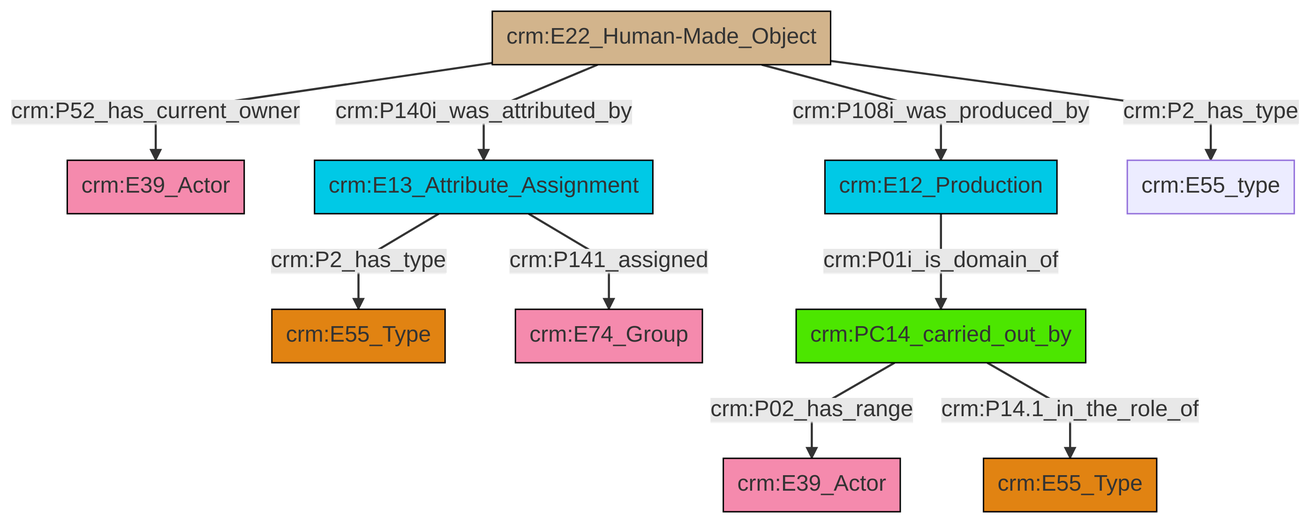
swiss-art-research-net/reference-data-models keeps this Mermaid diagram as et/builtWorkCSV/ttl/mmd/png/Built_Work_actor_relations.png. Above is the earlier version. Its source is kept beside it as et/builtWorkCSV/ttl/mmd/Built_Work_actor_relations.ttl.mmd.
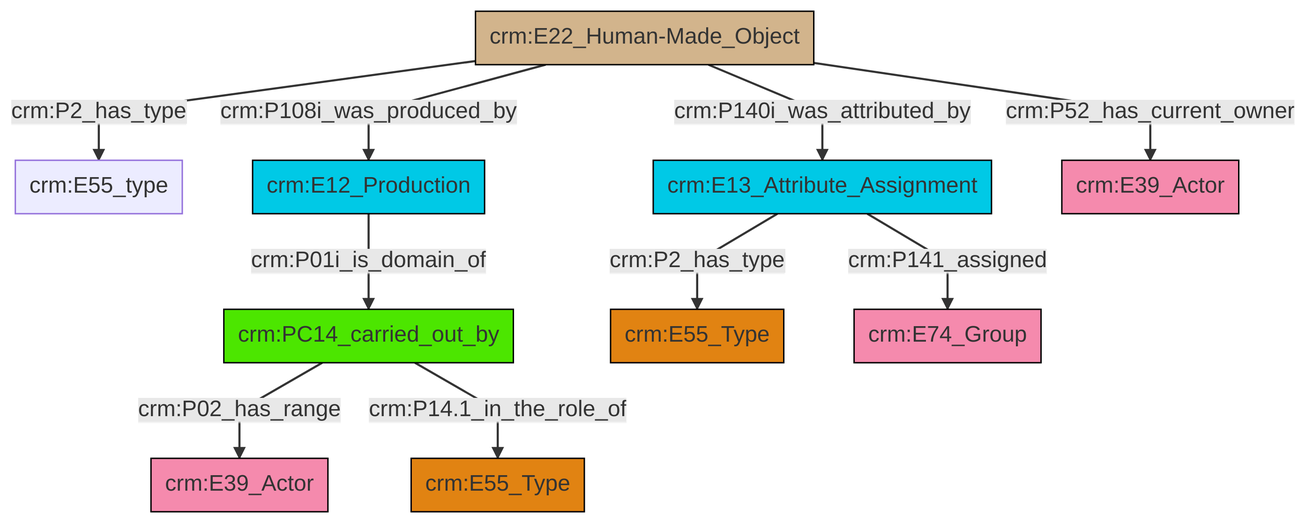
After the commit.

What changed in the source:
```diff
@@ -13,12 +13,12 @@
 classDef PC_Classes fill:#4ce600, stroke:#000000;
 classDef Multi fill:#cccccc,stroke:#000000;
 
-0["crm:E22_Human-Made_Object"]:::Physical_Thing -->|crm:P52_has_current_owner| 1["crm:E39_Actor"]:::Actor
-7["crm:E13_Attribute_Assignment"]:::Temporal_Entity -->|crm:P141_assigned| 9["crm:E74_Group"]:::Actor
-12["crm:PC14_carried_out_by"]:::PC_Classes -->|crm:P02_has_range| 10["crm:E39_Actor"]:::Actor
-12["crm:PC14_carried_out_by"]:::PC_Classes -->|crm:P14.1_in_the_role_of| 4["crm:E55_Type"]:::Type
-14["crm:E12_Production"]:::Temporal_Entity -->|crm:P01i_is_domain_of| 12["crm:PC14_carried_out_by"]:::PC_Classes
-7["crm:E13_Attribute_Assignment"]:::Temporal_Entity -->|crm:P2_has_type| 2["crm:E55_Type"]:::Type
-0["crm:E22_Human-Made_Object"]:::Physical_Thing -->|crm:P2_has_type| 17["crm:E55_type"]:::Default
-0["crm:E22_Human-Made_Object"]:::Physical_Thing -->|crm:P108i_was_produced_by| 14["crm:E12_Production"]:::Temporal_Entity
-0["crm:E22_Human-Made_Object"]:::Physical_Thing -->|crm:P140i_was_attributed_by| 7["crm:E13_Attribute_Assignment"]:::Temporal_Entity
+0["crm:PC14_carried_out_by"]:::PC_Classes -->|crm:P02_has_range| 2["crm:E39_Actor"]:::Actor
+14["crm:E12_Production"]:::Temporal_Entity -->|crm:P01i_is_domain_of| 0["crm:PC14_carried_out_by"]:::PC_Classes
+8["crm:E13_Attribute_Assignment"]:::Temporal_Entity -->|crm:P2_has_type| 10["crm:E55_Type"]:::Type
+12["crm:E22_Human-Made_Object"]:::Physical_Thing -->|crm:P2_has_type| 6["crm:E55_type"]:::Default
+8["crm:E13_Attribute_Assignment"]:::Temporal_Entity -->|crm:P141_assigned| 16["crm:E74_Group"]:::Actor
+0["crm:PC14_carried_out_by"]:::PC_Classes -->|crm:P14.1_in_the_role_of| 3["crm:E55_Type"]:::Type
+12["crm:E22_Human-Made_Object"]:::Physical_Thing -->|crm:P140i_was_attributed_by| 8["crm:E13_Attribute_Assignment"]:::Temporal_Entity
+12["crm:E22_Human-Made_Object"]:::Physical_Thing -->|crm:P108i_was_produced_by| 14["crm:E12_Production"]:::Temporal_Entity
+12["crm:E22_Human-Made_Object"]:::Physical_Thing -->|crm:P52_has_current_owner| 19["crm:E39_Actor"]:::Actor
```
